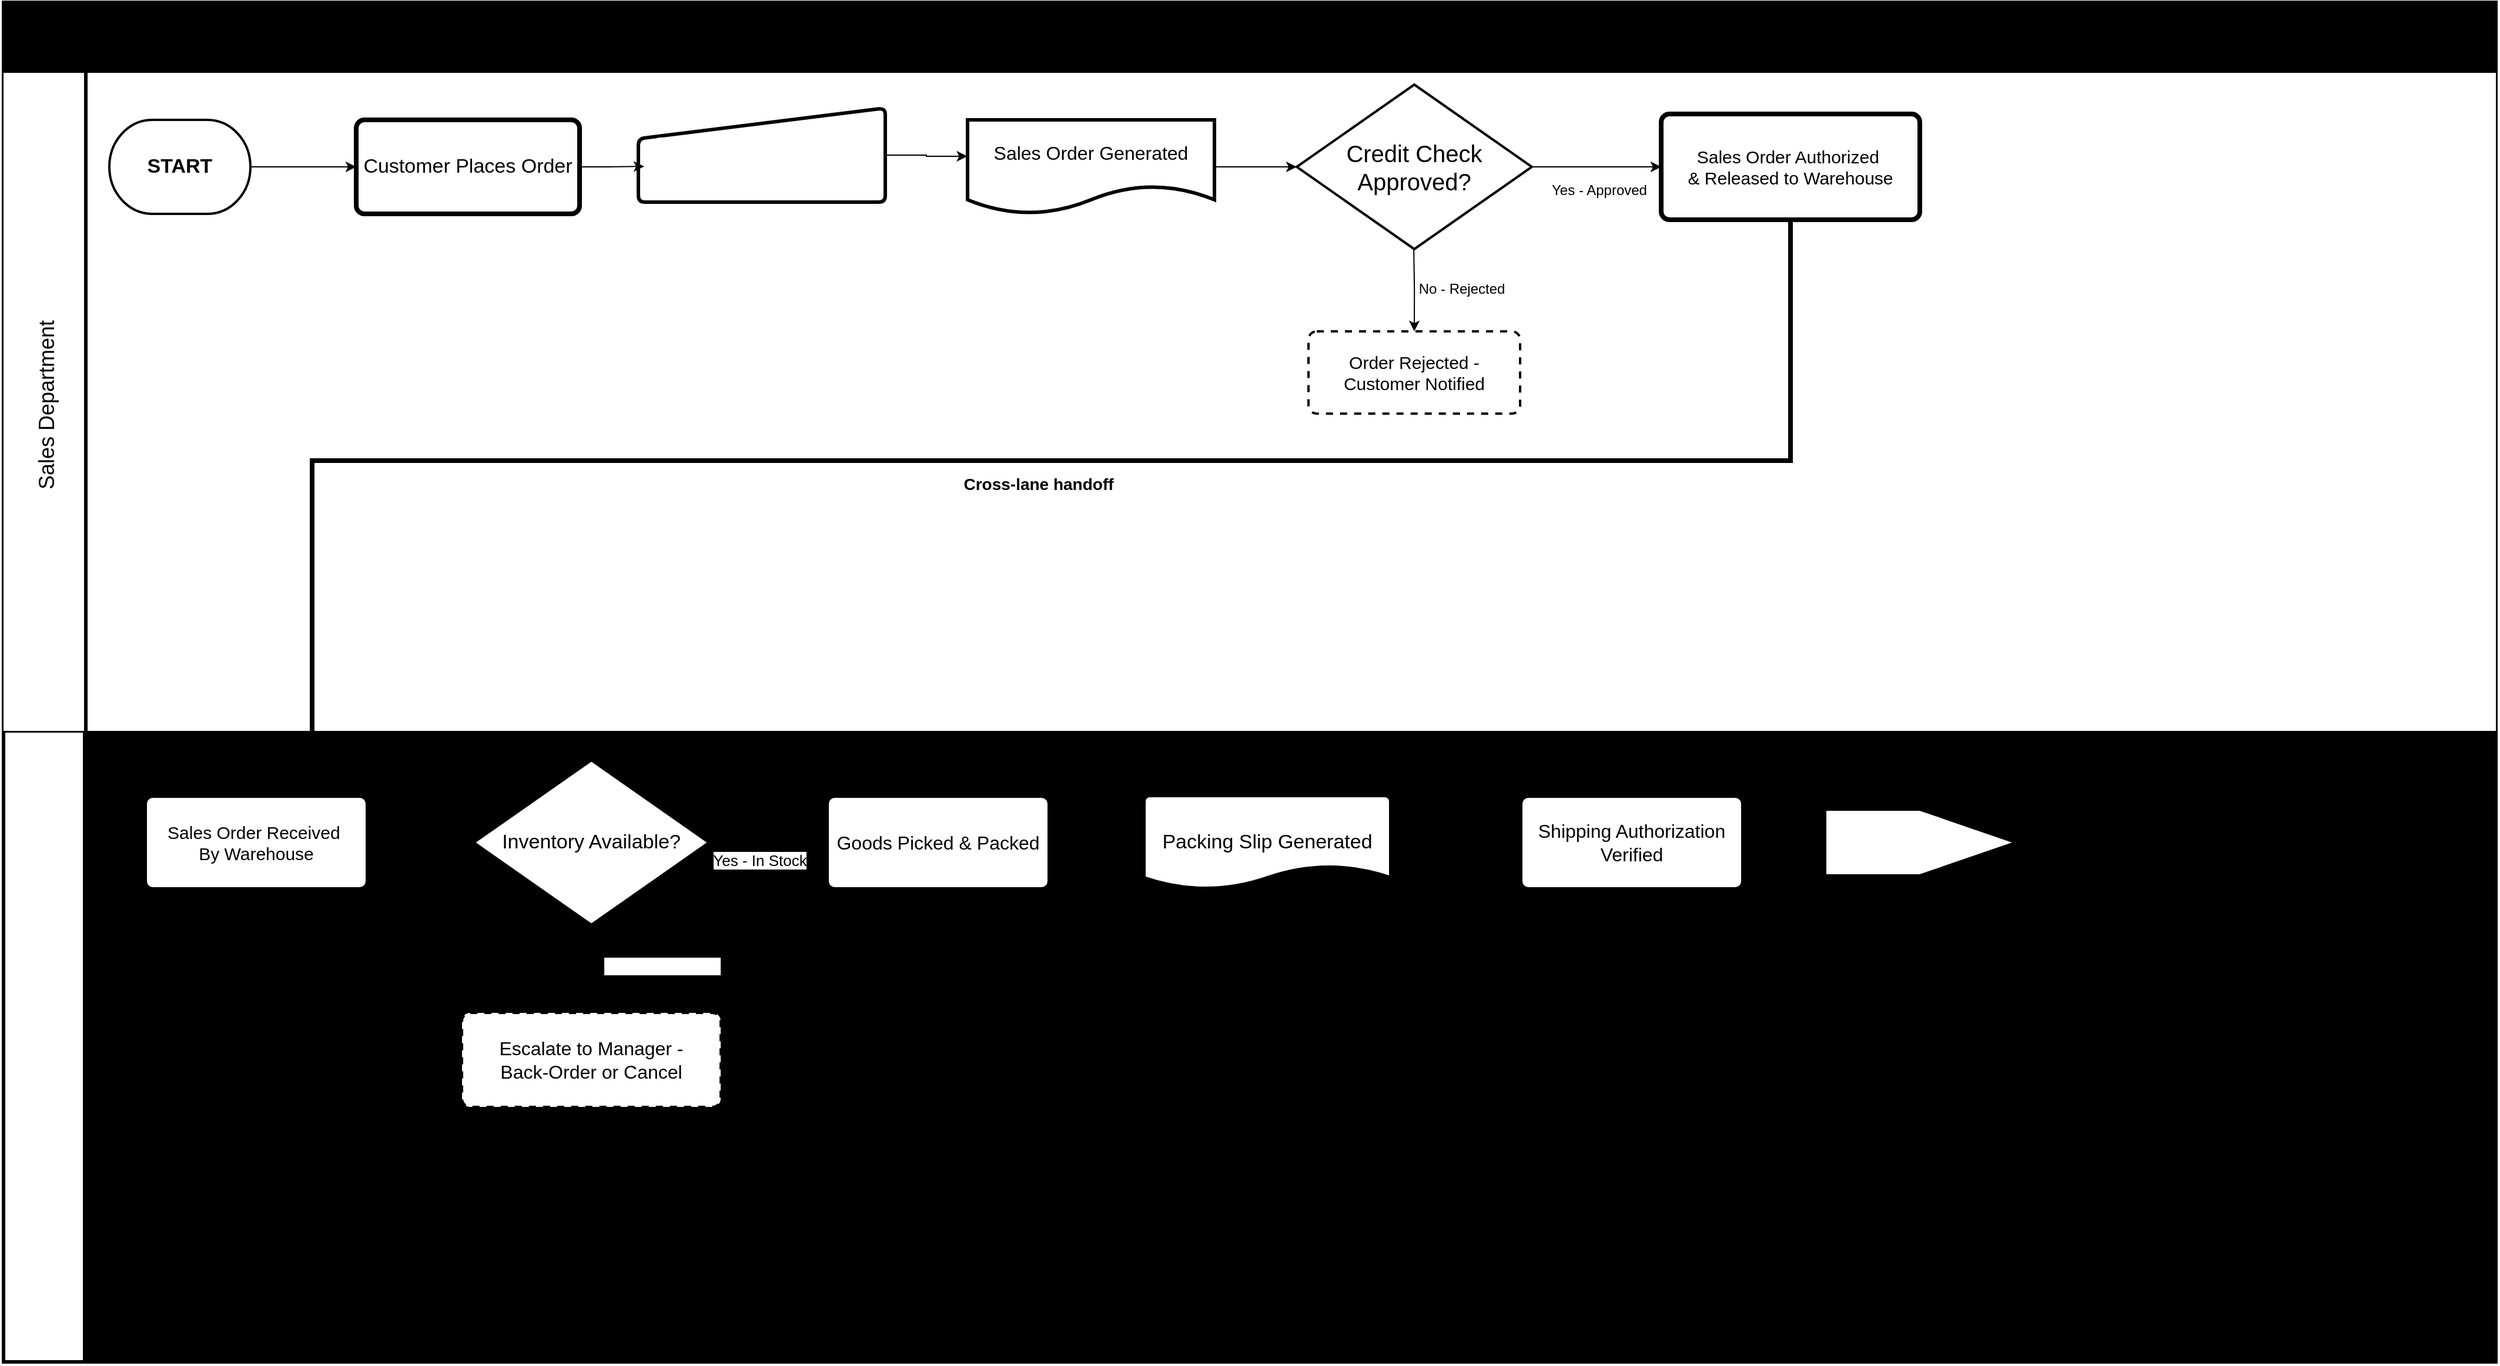
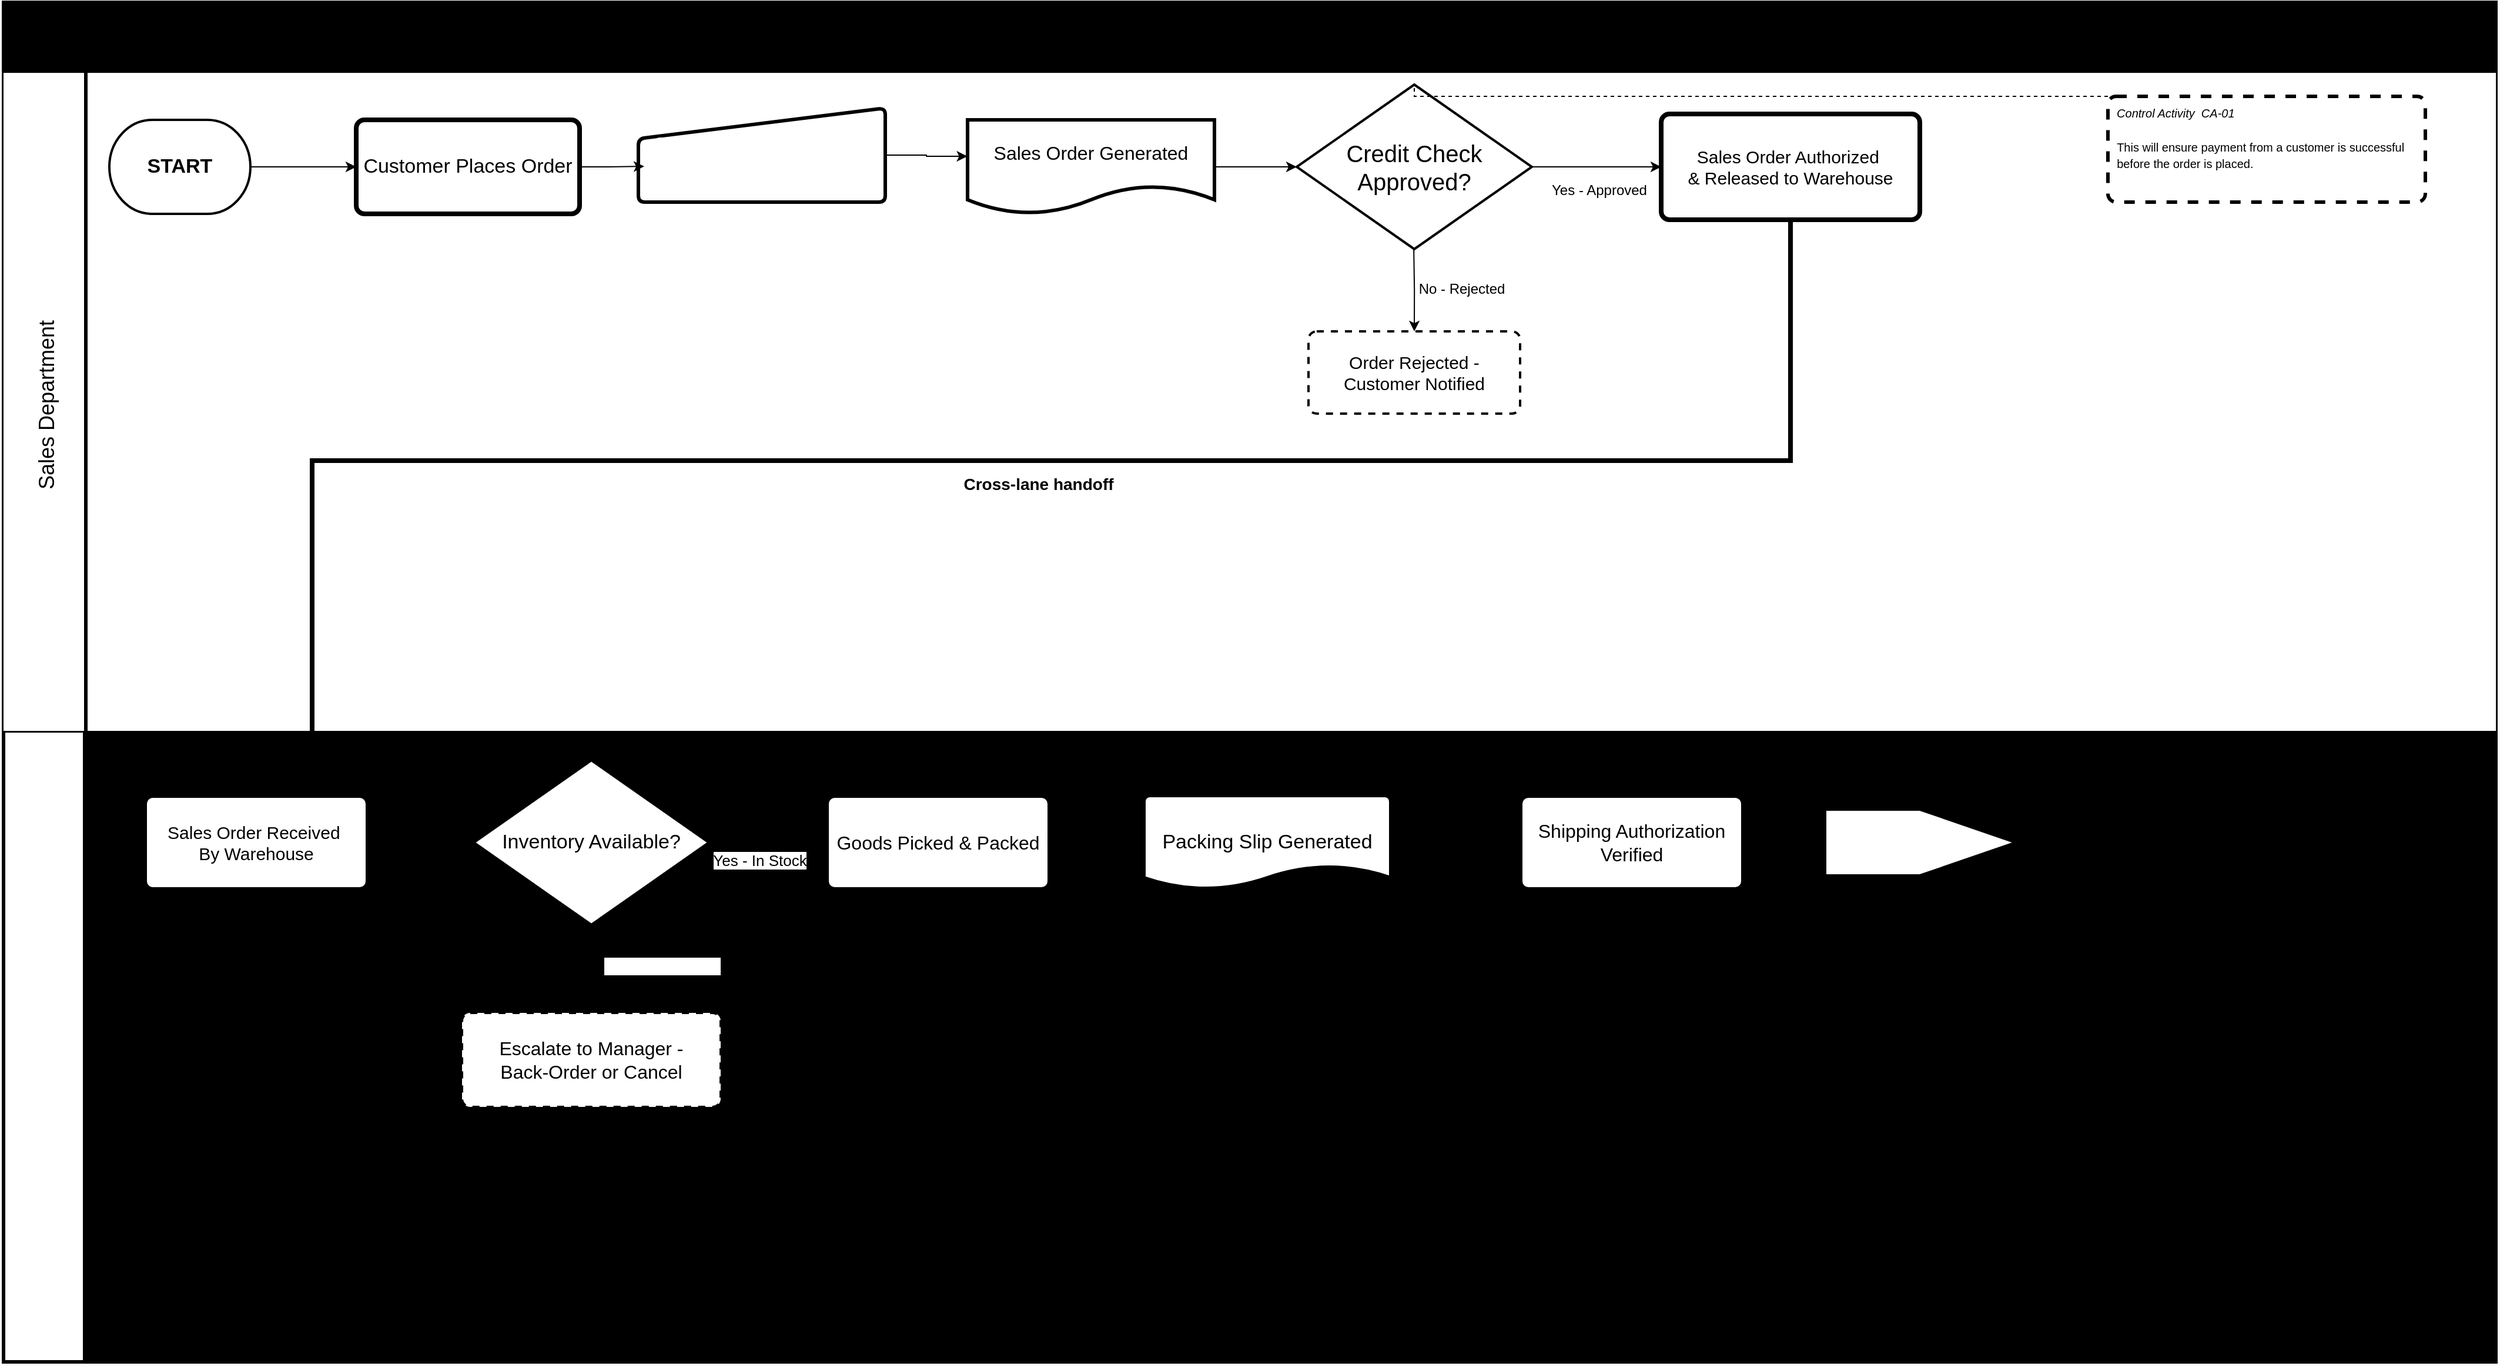
<mxfile host="app.diagrams.net" pages="2">
  <diagram name="Page-1" id="JuwPx92q4KAnNjeC5ImY">
    <mxGraphModel dx="9302" dy="6952" grid="1" gridSize="10" guides="1" tooltips="1" connect="1" arrows="1" fold="1" page="1" pageScale="1" pageWidth="1100" pageHeight="850" math="0" shadow="0">
      <root>
        <mxCell id="0" />
        <mxCell id="1" parent="0" />
        <mxCell id="NQ8u1UKUMeSrLokraIQ_-5" parent="1" style="shape=table;childLayout=tableLayout;startSize=60;collapsible=0;recursiveResize=0;expand=0;fontSize=23;fontColor=light-dark(#000000,#FF8000);fontStyle=1;labelBackgroundColor=none;labelBorderColor=none;fillColor=light-dark(#000000,#1A1A1A);strokeWidth=3;direction=east;perimeterSpacing=2;strokeColor=light-dark(#000000,#FFFFFF);" value="Kissena Bakery — Revenue Cycle (Order-to-Cash)" vertex="1">
          <mxGeometry height="1157" width="2120" x="-7660" y="-5930" as="geometry" />
        </mxCell>
        <mxCell id="NQ8u1UKUMeSrLokraIQ_-6" parent="NQ8u1UKUMeSrLokraIQ_-5" style="shape=tableRow;horizontal=0;swimlaneHead=0;swimlaneBody=0;top=0;left=0;strokeColor=inherit;bottom=0;right=0;dropTarget=0;fontStyle=0;fillColor=light-dark(#FFFFFF,#009900);points=[[0,0.5],[1,0.5]];portConstraint=eastwest;startSize=70;collapsible=0;recursiveResize=0;expand=0;fontSize=18;strokeWidth=3;labelBorderColor=none;rounded=0;swimlaneLine=1;swimlaneFillColor=light-dark(#FFFFFF,#000000);" value="Sales Department " vertex="1">
          <mxGeometry height="560" width="2120" y="60" as="geometry" />
        </mxCell>
-         <mxCell id="NQ8u1UKUMeSrLokraIQ_-7" parent="NQ8u1UKUMeSrLokraIQ_-6" style="swimlane;swimlaneHead=0;swimlaneBody=0;fontStyle=0;strokeColor=inherit;connectable=0;fillColor=light-dark(transparent,#FFF4C3);startSize=0;collapsible=0;recursiveResize=0;expand=0;fontSize=16;fontColor=light-dark(#000000,#000000);strokeWidth=4;" value="" vertex="1">
+         <mxCell id="NQ8u1UKUMeSrLokraIQ_-7" parent="NQ8u1UKUMeSrLokraIQ_-6" style="swimlane;swimlaneHead=0;swimlaneBody=0;fontStyle=0;strokeColor=inherit;connectable=0;fillColor=light-dark(transparent,#FFF4C3);startSize=0;collapsible=0;recursiveResize=0;expand=0;fontSize=16;fontColor=light-dark(#000000,#000000);strokeWidth=4;dashed=1;" value="" vertex="1">
          <mxGeometry height="560" width="2050" x="70" as="geometry">
            <mxRectangle height="560" width="2050" as="alternateBounds" />
          </mxGeometry>
        </mxCell>
        <mxCell id="NQ8u1UKUMeSrLokraIQ_-40" edge="1" parent="NQ8u1UKUMeSrLokraIQ_-7" source="NQ8u1UKUMeSrLokraIQ_-38" style="edgeStyle=orthogonalEdgeStyle;rounded=0;orthogonalLoop=1;jettySize=auto;html=1;exitX=1;exitY=0.5;exitDx=0;exitDy=0;exitPerimeter=0;entryX=0;entryY=0.5;entryDx=0;entryDy=0;" target="NQ8u1UKUMeSrLokraIQ_-39">
          <mxGeometry relative="1" as="geometry" />
        </mxCell>
        <mxCell id="NQ8u1UKUMeSrLokraIQ_-38" parent="NQ8u1UKUMeSrLokraIQ_-7" style="strokeWidth=2;html=1;shape=mxgraph.flowchart.terminator;whiteSpace=wrap;fillColor=light-dark(#FFFFFF,#99FF99);strokeColor=light-dark(#000000,#009900);" value="&lt;b&gt;&lt;font style=&quot;font-size: 17px; color: light-dark(rgb(0, 0, 0), rgb(0, 0, 0));&quot;&gt;START&lt;/font&gt;&lt;/b&gt;" vertex="1">
          <mxGeometry height="80" width="120" x="20" y="40" as="geometry" />
        </mxCell>
        <mxCell id="NQ8u1UKUMeSrLokraIQ_-39" parent="NQ8u1UKUMeSrLokraIQ_-7" style="rounded=1;whiteSpace=wrap;html=1;absoluteArcSize=1;arcSize=14;strokeWidth=4;fillColor=light-dark(#FFFFFF,#FFF2CC);strokeColor=light-dark(#000000,#6600CC);" value="&lt;font style=&quot;font-size: 17px; color: light-dark(rgb(0, 0, 0), rgb(0, 0, 0));&quot;&gt;Customer Places Order&lt;/font&gt;" vertex="1">
          <mxGeometry height="80" width="190" x="230" y="40" as="geometry" />
        </mxCell>
        <mxCell id="NQ8u1UKUMeSrLokraIQ_-42" parent="NQ8u1UKUMeSrLokraIQ_-7" style="html=1;strokeWidth=3;shape=manualInput;boundedLbl=1;whiteSpace=wrap;rounded=1;size=26;arcSize=11;fillColor=light-dark(#FFFFFF,#CCE5FF);strokeColor=light-dark(#000000,#3399FF);fontColor=light-dark(#000000,#000000);" value="&lt;font style=&quot;color: light-dark(rgb(255, 255, 255), rgb(0, 0, 0)); font-size: 16px;&quot;&gt;Order Details Entered into System&lt;/font&gt;" vertex="1">
          <mxGeometry height="80" width="210" x="470" y="30" as="geometry" />
        </mxCell>
        <mxCell id="NQ8u1UKUMeSrLokraIQ_-43" edge="1" parent="NQ8u1UKUMeSrLokraIQ_-7" source="NQ8u1UKUMeSrLokraIQ_-39" style="edgeStyle=orthogonalEdgeStyle;rounded=0;orthogonalLoop=1;jettySize=auto;html=1;exitX=1;exitY=0.5;exitDx=0;exitDy=0;entryX=0.024;entryY=0.62;entryDx=0;entryDy=0;entryPerimeter=0;endArrow=classic;endFill=1;" target="NQ8u1UKUMeSrLokraIQ_-42">
          <mxGeometry relative="1" as="geometry" />
        </mxCell>
        <mxCell id="NQ8u1UKUMeSrLokraIQ_-44" parent="NQ8u1UKUMeSrLokraIQ_-7" style="shape=document;whiteSpace=wrap;html=1;boundedLbl=1;fontFamily=Helvetica;fontSize=12;fontColor=light-dark(#000000,#000000);align=center;verticalAlign=middle;rounded=1;strokeColor=light-dark(#000000,#FF9933);strokeWidth=3;arcSize=11;fillColor=light-dark(#FFFFFF,#FFFF99);" value="&lt;font style=&quot;font-size: 16px;&quot;&gt;Sales Order Generated&lt;/font&gt;" vertex="1">
          <mxGeometry height="80" width="210" x="750" y="40" as="geometry" />
        </mxCell>
        <mxCell id="NQ8u1UKUMeSrLokraIQ_-45" edge="1" parent="NQ8u1UKUMeSrLokraIQ_-7" source="NQ8u1UKUMeSrLokraIQ_-42" style="edgeStyle=orthogonalEdgeStyle;rounded=0;orthogonalLoop=1;jettySize=auto;html=1;exitX=1;exitY=0.5;exitDx=0;exitDy=0;entryX=-0.001;entryY=0.388;entryDx=0;entryDy=0;entryPerimeter=0;" target="NQ8u1UKUMeSrLokraIQ_-44">
          <mxGeometry relative="1" as="geometry" />
        </mxCell>
        <mxCell id="NQ8u1UKUMeSrLokraIQ_-48" edge="1" parent="NQ8u1UKUMeSrLokraIQ_-7" style="edgeStyle=orthogonalEdgeStyle;rounded=0;orthogonalLoop=1;jettySize=auto;html=1;exitX=0.5;exitY=1;exitDx=0;exitDy=0;exitPerimeter=0;entryX=0.5;entryY=0;entryDx=0;entryDy=0;" target="NQ8u1UKUMeSrLokraIQ_-52">
          <mxGeometry relative="1" as="geometry">
            <mxPoint x="1129.57" y="150" as="sourcePoint" />
            <mxPoint x="1129.2842857142857" y="220" as="targetPoint" />
          </mxGeometry>
        </mxCell>
        <mxCell id="NQ8u1UKUMeSrLokraIQ_-50" connectable="0" parent="NQ8u1UKUMeSrLokraIQ_-48" style="edgeLabel;html=1;align=center;verticalAlign=middle;resizable=0;points=[];" value="&lt;font style=&quot;font-size: 12px; color: light-dark(rgb(0, 0, 0), rgb(255, 51, 51));&quot;&gt;No - Rejected&lt;/font&gt;" vertex="1">
          <mxGeometry relative="1" x="-0.0366" y="4" as="geometry">
            <mxPoint x="36" as="offset" />
          </mxGeometry>
        </mxCell>
        <mxCell id="NQ8u1UKUMeSrLokraIQ_-49" edge="1" parent="NQ8u1UKUMeSrLokraIQ_-7" source="NQ8u1UKUMeSrLokraIQ_-46" style="edgeStyle=orthogonalEdgeStyle;rounded=0;orthogonalLoop=1;jettySize=auto;html=1;exitX=1;exitY=0.5;exitDx=0;exitDy=0;exitPerimeter=0;entryX=0;entryY=0.5;entryDx=0;entryDy=0;" target="NQ8u1UKUMeSrLokraIQ_-53">
          <mxGeometry relative="1" as="geometry">
            <mxPoint x="1310" y="79.57142857142867" as="targetPoint" />
          </mxGeometry>
        </mxCell>
        <mxCell id="NQ8u1UKUMeSrLokraIQ_-51" connectable="0" parent="NQ8u1UKUMeSrLokraIQ_-49" style="edgeLabel;html=1;align=center;verticalAlign=middle;resizable=0;points=[];labelBackgroundColor=none;" value="&lt;font style=&quot;font-size: 12px; color: light-dark(rgb(0, 0, 0), rgb(0, 204, 0));&quot;&gt;Yes - Approved&lt;/font&gt;" vertex="1">
          <mxGeometry relative="1" x="-0.0053" y="-4" as="geometry">
            <mxPoint x="2" y="16" as="offset" />
          </mxGeometry>
        </mxCell>
        <mxCell id="NQ8u1UKUMeSrLokraIQ_-46" parent="NQ8u1UKUMeSrLokraIQ_-7" style="strokeWidth=2;html=1;shape=mxgraph.flowchart.decision;whiteSpace=wrap;fillColor=light-dark(#FFFFFF,#FF3333);strokeColor=light-dark(#000000,#990000);" value="&lt;font style=&quot;font-size: 20px;&quot;&gt;Credit Check Approved?&lt;/font&gt;" vertex="1">
          <mxGeometry height="140" width="200" x="1030" y="10" as="geometry" />
        </mxCell>
        <mxCell id="NQ8u1UKUMeSrLokraIQ_-47" edge="1" parent="NQ8u1UKUMeSrLokraIQ_-7" source="NQ8u1UKUMeSrLokraIQ_-44" style="edgeStyle=orthogonalEdgeStyle;rounded=0;orthogonalLoop=1;jettySize=auto;html=1;exitX=1;exitY=0.5;exitDx=0;exitDy=0;entryX=0;entryY=0.5;entryDx=0;entryDy=0;entryPerimeter=0;" target="NQ8u1UKUMeSrLokraIQ_-46">
          <mxGeometry relative="1" as="geometry" />
        </mxCell>
        <mxCell id="NQ8u1UKUMeSrLokraIQ_-52" parent="NQ8u1UKUMeSrLokraIQ_-7" style="rounded=1;whiteSpace=wrap;html=1;absoluteArcSize=1;arcSize=14;strokeWidth=2;dashed=1;fillColor=light-dark(#FFFFFF,#FF0000);strokeColor=light-dark(#000000,#FF6666);" value="&lt;font style=&quot;font-size: 15px;&quot;&gt;Order Rejected -&lt;/font&gt;&lt;div&gt;&lt;font style=&quot;font-size: 15px;&quot;&gt;Customer Notified&lt;/font&gt;&lt;/div&gt;" vertex="1">
          <mxGeometry height="70" width="180" x="1040" y="220" as="geometry" />
        </mxCell>
        <mxCell id="NQ8u1UKUMeSrLokraIQ_-53" parent="NQ8u1UKUMeSrLokraIQ_-7" style="rounded=1;whiteSpace=wrap;html=1;absoluteArcSize=1;arcSize=14;strokeWidth=4;fillColor=light-dark(#FFFFFF,#FFF2CC);strokeColor=light-dark(#000000,#6600CC);fontColor=default;align=center;verticalAlign=middle;fontFamily=Helvetica;fontSize=12;fontStyle=0;" value="&lt;font style=&quot;font-size: 15px; color: light-dark(rgb(0, 0, 0), rgb(0, 0, 0));&quot;&gt;Sales Order Authorized&amp;nbsp;&lt;/font&gt;&lt;div&gt;&lt;font style=&quot;font-size: 15px; color: light-dark(rgb(0, 0, 0), rgb(0, 0, 0));&quot;&gt;&amp;amp; Released to Warehouse&lt;/font&gt;&lt;/div&gt;" vertex="1">
          <mxGeometry height="90" width="220" x="1340" y="35" as="geometry" />
+         </mxCell>
+         <mxCell id="TXaiKw634Tg2UEG-Ydk_-1" parent="NQ8u1UKUMeSrLokraIQ_-7" style="rounded=1;whiteSpace=wrap;html=1;absoluteArcSize=1;arcSize=14;strokeWidth=3;dashed=1;align=left;verticalAlign=top;" value="&lt;i&gt;&lt;font style=&quot;font-size: 10px;&quot;&gt;&amp;nbsp; Control Activity &amp;nbsp;CA-01&lt;/font&gt;&lt;/i&gt;&lt;div&gt;&lt;i&gt;&lt;font style=&quot;font-size: 10px;&quot;&gt;&lt;br&gt;&lt;/font&gt;&lt;/i&gt;&lt;/div&gt;&lt;div&gt;&lt;font style=&quot;font-size: 10px;&quot;&gt;&lt;span style=&quot;white-space: pre;&quot;&gt;&lt;i&gt;  &lt;/i&gt;This will ensure payment from a customer is successful&amp;nbsp;&lt;/span&gt;&lt;/font&gt;&lt;/div&gt;&lt;div&gt;&lt;font style=&quot;font-size: 10px;&quot;&gt;&lt;i&gt;&amp;nbsp; &lt;/i&gt;before the order is placed.&lt;i&gt;&amp;nbsp;&lt;/i&gt;&lt;/font&gt;&lt;/div&gt;" vertex="1">
+           <mxGeometry height="90" width="270" x="1720" y="20" as="geometry" />
+         </mxCell>
+         <mxCell id="TXaiKw634Tg2UEG-Ydk_-2" edge="1" parent="NQ8u1UKUMeSrLokraIQ_-7" source="TXaiKw634Tg2UEG-Ydk_-1" style="edgeStyle=orthogonalEdgeStyle;rounded=0;orthogonalLoop=1;jettySize=auto;html=1;exitX=0;exitY=0;exitDx=0;exitDy=0;entryX=0.5;entryY=0;entryDx=0;entryDy=0;entryPerimeter=0;dashed=1;endArrow=none;endFill=0;" target="NQ8u1UKUMeSrLokraIQ_-46">
+           <mxGeometry relative="1" as="geometry">
+             <Array as="points">
+               <mxPoint x="1130" y="20" />
+             </Array>
+           </mxGeometry>
        </mxCell>
        <mxCell id="NQ8u1UKUMeSrLokraIQ_-10" parent="NQ8u1UKUMeSrLokraIQ_-5" style="shape=tableRow;horizontal=0;swimlaneHead=0;swimlaneBody=0;top=0;left=0;strokeColor=inherit;bottom=0;right=0;dropTarget=0;fontStyle=0;fillColor=light-dark(transparent,#007FFF);points=[[0,0.5],[1,0.5]];portConstraint=eastwest;startSize=70;collapsible=0;recursiveResize=0;expand=0;fontSize=19;strokeWidth=5;fontColor=light-dark(#FFFFFF,#FFFFFF);" value="Warehouse Department " vertex="1">
          <mxGeometry height="537" width="2120" y="620" as="geometry" />
        </mxCell>
        <mxCell id="NQ8u1UKUMeSrLokraIQ_-11" parent="NQ8u1UKUMeSrLokraIQ_-10" style="swimlane;swimlaneHead=0;swimlaneBody=0;fontStyle=0;connectable=0;strokeColor=inherit;fillColor=none;startSize=0;collapsible=0;recursiveResize=0;expand=0;fontSize=16;swimlaneFillColor=light-dark(#000000,#000000);strokeWidth=3;perimeterSpacing=0;gradientColor=none;" value="" vertex="1">
          <mxGeometry height="537" width="2050" x="70" as="geometry">
            <mxRectangle height="537" width="2050" as="alternateBounds" />
          </mxGeometry>
        </mxCell>
        <mxCell id="NQ8u1UKUMeSrLokraIQ_-56" parent="NQ8u1UKUMeSrLokraIQ_-11" style="rounded=1;whiteSpace=wrap;html=1;absoluteArcSize=1;arcSize=14;strokeWidth=4;strokeColor=light-dark(#000000,#6600CC);align=center;verticalAlign=middle;fontFamily=Helvetica;fontSize=15;fontColor=default;fillColor=light-dark(#FFFFFF,#FFF2CC);fontStyle=0;" value="&lt;span style=&quot;color: light-dark(rgb(0, 0, 0), rgb(0, 0, 0));&quot;&gt;Sales Order Received&amp;nbsp;&lt;/span&gt;&lt;div&gt;&lt;span style=&quot;color: light-dark(rgb(0, 0, 0), rgb(0, 0, 0));&quot;&gt;By Warehouse&lt;/span&gt;&lt;/div&gt;" vertex="1">
          <mxGeometry height="80" width="190" x="50" y="55" as="geometry" />
        </mxCell>
        <mxCell id="LMVtd4R09UDzkpf2iaQf-2" edge="1" parent="NQ8u1UKUMeSrLokraIQ_-11" source="NQ8u1UKUMeSrLokraIQ_-59" style="edgeStyle=orthogonalEdgeStyle;rounded=0;orthogonalLoop=1;jettySize=auto;html=1;exitX=1;exitY=0.5;exitDx=0;exitDy=0;exitPerimeter=0;entryX=0;entryY=0.5;entryDx=0;entryDy=0;" target="LMVtd4R09UDzkpf2iaQf-9">
          <mxGeometry relative="1" as="geometry">
            <mxPoint x="620" y="95.28571428571445" as="targetPoint" />
          </mxGeometry>
        </mxCell>
        <mxCell id="LMVtd4R09UDzkpf2iaQf-4" connectable="0" parent="LMVtd4R09UDzkpf2iaQf-2" style="edgeLabel;html=1;align=center;verticalAlign=middle;resizable=0;points=[];fontSize=13;" value="&lt;span style=&quot;color: light-dark(rgb(0, 0, 0), rgb(51, 255, 51));&quot;&gt;Yes - In Stock&lt;/span&gt;" vertex="1">
          <mxGeometry relative="1" x="-0.2152" y="-3" as="geometry">
            <mxPoint x="4" y="12" as="offset" />
          </mxGeometry>
        </mxCell>
        <mxCell id="LMVtd4R09UDzkpf2iaQf-3" edge="1" parent="NQ8u1UKUMeSrLokraIQ_-11" source="LMVtd4R09UDzkpf2iaQf-6" style="edgeStyle=orthogonalEdgeStyle;rounded=0;orthogonalLoop=1;jettySize=auto;html=1;exitX=0.5;exitY=0;exitDx=0;exitDy=0;entryX=0.5;entryY=0;entryDx=0;entryDy=0;" target="LMVtd4R09UDzkpf2iaQf-6">
          <mxGeometry relative="1" as="geometry">
            <mxPoint x="429.7142857142858" y="230" as="targetPoint" />
          </mxGeometry>
        </mxCell>
        <mxCell id="LMVtd4R09UDzkpf2iaQf-5" connectable="0" parent="LMVtd4R09UDzkpf2iaQf-3" style="edgeLabel;html=1;align=center;verticalAlign=middle;resizable=0;points=[];fontSize=13;" value="&lt;span style=&quot;color: light-dark(rgb(255, 255, 255), rgb(255, 0, 0));&quot;&gt;No - Out of Stock&lt;/span&gt;" vertex="1">
          <mxGeometry relative="1" x="-0.116" y="-2" as="geometry">
            <mxPoint x="60" y="-40" as="offset" />
          </mxGeometry>
        </mxCell>
        <mxCell id="LMVtd4R09UDzkpf2iaQf-8" edge="1" parent="NQ8u1UKUMeSrLokraIQ_-11" source="NQ8u1UKUMeSrLokraIQ_-59" style="edgeStyle=orthogonalEdgeStyle;rounded=0;orthogonalLoop=1;jettySize=auto;html=1;exitX=0.5;exitY=1;exitDx=0;exitDy=0;exitPerimeter=0;entryX=0.5;entryY=0;entryDx=0;entryDy=0;" target="LMVtd4R09UDzkpf2iaQf-6">
          <mxGeometry relative="1" as="geometry" />
        </mxCell>
        <mxCell id="NQ8u1UKUMeSrLokraIQ_-59" parent="NQ8u1UKUMeSrLokraIQ_-11" style="strokeWidth=2;html=1;shape=mxgraph.flowchart.decision;whiteSpace=wrap;strokeColor=light-dark(#000000,#990000);align=center;verticalAlign=middle;fontFamily=Helvetica;fontSize=12;fontColor=default;fillColor=light-dark(#FFFFFF,#FF3333);fontStyle=0;" value="&lt;font style=&quot;font-size: 17px;&quot;&gt;Inventory Available?&lt;/font&gt;" vertex="1">
          <mxGeometry height="140" width="200" x="330" y="25" as="geometry" />
        </mxCell>
        <mxCell id="LMVtd4R09UDzkpf2iaQf-1" edge="1" parent="NQ8u1UKUMeSrLokraIQ_-11" source="NQ8u1UKUMeSrLokraIQ_-56" style="edgeStyle=orthogonalEdgeStyle;rounded=0;orthogonalLoop=1;jettySize=auto;html=1;exitX=1;exitY=0.5;exitDx=0;exitDy=0;entryX=0;entryY=0.5;entryDx=0;entryDy=0;entryPerimeter=0;" target="NQ8u1UKUMeSrLokraIQ_-59">
          <mxGeometry relative="1" as="geometry" />
        </mxCell>
        <mxCell id="LMVtd4R09UDzkpf2iaQf-6" parent="NQ8u1UKUMeSrLokraIQ_-11" style="rounded=1;whiteSpace=wrap;html=1;absoluteArcSize=1;arcSize=14;strokeWidth=2;dashed=1;strokeColor=light-dark(#000000,#FF6666);align=center;verticalAlign=middle;fontFamily=Helvetica;fontSize=12;fontColor=default;fillColor=light-dark(#FFFFFF,#FF0000);" value="&lt;font style=&quot;font-size: 16px;&quot;&gt;Escalate to Manager -&lt;/font&gt;&lt;div&gt;&lt;font style=&quot;font-size: 16px;&quot;&gt;Back-Order or Cancel&lt;/font&gt;&lt;/div&gt;" vertex="1">
          <mxGeometry height="80" width="220" x="320" y="240" as="geometry" />
        </mxCell>
        <mxCell id="LMVtd4R09UDzkpf2iaQf-9" parent="NQ8u1UKUMeSrLokraIQ_-11" style="rounded=1;whiteSpace=wrap;html=1;absoluteArcSize=1;arcSize=14;strokeWidth=4;strokeColor=light-dark(#000000,#6600CC);align=center;verticalAlign=middle;fontFamily=Helvetica;fontSize=15;fontColor=default;fontStyle=0;fillColor=light-dark(#FFFFFF,#FFF2CC);" value="&lt;font style=&quot;font-size: 16px; color: light-dark(rgb(0, 0, 0), rgb(0, 0, 0));&quot;&gt;Goods Picked &amp;amp; Packed&lt;/font&gt;" vertex="1">
          <mxGeometry height="80" width="190" x="630" y="55" as="geometry" />
        </mxCell>
        <mxCell id="LMVtd4R09UDzkpf2iaQf-14" edge="1" parent="NQ8u1UKUMeSrLokraIQ_-11" source="LMVtd4R09UDzkpf2iaQf-11" style="edgeStyle=orthogonalEdgeStyle;rounded=0;orthogonalLoop=1;jettySize=auto;html=1;exitX=1;exitY=0.5;exitDx=0;exitDy=0;exitPerimeter=0;entryX=0;entryY=0.5;entryDx=0;entryDy=0;" target="LMVtd4R09UDzkpf2iaQf-13">
          <mxGeometry relative="1" as="geometry" />
        </mxCell>
        <mxCell id="LMVtd4R09UDzkpf2iaQf-11" parent="NQ8u1UKUMeSrLokraIQ_-11" style="strokeWidth=3;html=1;shape=mxgraph.flowchart.document2;whiteSpace=wrap;size=0.25;rounded=1;strokeColor=light-dark(#000000,#FF9933);align=center;verticalAlign=middle;arcSize=11;fontFamily=Helvetica;fontSize=12;fontColor=light-dark(#000000,#000000);fillColor=light-dark(#FFFFFF,#FFFF99);fontStyle=0;" value="&lt;font style=&quot;font-size: 17px;&quot;&gt;Packing Slip Generated&lt;/font&gt;" vertex="1">
          <mxGeometry height="80" width="210" x="900" y="55" as="geometry" />
        </mxCell>
        <mxCell id="LMVtd4R09UDzkpf2iaQf-12" edge="1" parent="NQ8u1UKUMeSrLokraIQ_-11" source="LMVtd4R09UDzkpf2iaQf-9" style="edgeStyle=orthogonalEdgeStyle;rounded=0;orthogonalLoop=1;jettySize=auto;html=1;exitX=1;exitY=0.5;exitDx=0;exitDy=0;entryX=0;entryY=0.5;entryDx=0;entryDy=0;entryPerimeter=0;" target="LMVtd4R09UDzkpf2iaQf-11">
          <mxGeometry relative="1" as="geometry" />
        </mxCell>
        <mxCell id="LMVtd4R09UDzkpf2iaQf-18" edge="1" parent="NQ8u1UKUMeSrLokraIQ_-11" source="LMVtd4R09UDzkpf2iaQf-13" style="edgeStyle=orthogonalEdgeStyle;rounded=0;orthogonalLoop=1;jettySize=auto;html=1;exitX=1;exitY=0.5;exitDx=0;exitDy=0;entryX=0.5;entryY=0;entryDx=0;entryDy=0;" target="LMVtd4R09UDzkpf2iaQf-15">
          <mxGeometry relative="1" as="geometry" />
        </mxCell>
        <mxCell id="LMVtd4R09UDzkpf2iaQf-13" parent="NQ8u1UKUMeSrLokraIQ_-11" style="rounded=1;whiteSpace=wrap;html=1;absoluteArcSize=1;arcSize=14;strokeWidth=4;strokeColor=light-dark(#000000,#6600CC);align=center;verticalAlign=middle;fontFamily=Helvetica;fontSize=15;fontColor=default;fontStyle=0;fillColor=light-dark(#FFFFFF,#FFF2CC);" value="&lt;font style=&quot;font-size: 16px; color: light-dark(rgb(0, 0, 0), rgb(0, 0, 0));&quot;&gt;Shipping Authorization Verified&lt;/font&gt;" vertex="1">
          <mxGeometry height="80" width="190" x="1220" y="55" as="geometry" />
        </mxCell>
        <mxCell id="LMVtd4R09UDzkpf2iaQf-15" parent="NQ8u1UKUMeSrLokraIQ_-11" style="verticalLabelPosition=bottom;verticalAlign=top;html=1;shape=offPageConnector;rounded=0;size=0.5;direction=north;" value="&lt;font style=&quot;font-size: 14px; color: light-dark(rgb(0, 0, 0), rgb(0, 127, 255));&quot;&gt;--&amp;gt; Continued Page 2&lt;/font&gt;" vertex="1">
          <mxGeometry height="55" width="160" x="1480" y="67.5" as="geometry" />
        </mxCell>
        <mxCell id="NQ8u1UKUMeSrLokraIQ_-57" edge="1" parent="NQ8u1UKUMeSrLokraIQ_-5" source="NQ8u1UKUMeSrLokraIQ_-53" style="edgeStyle=orthogonalEdgeStyle;rounded=0;orthogonalLoop=1;jettySize=auto;html=1;exitX=0.5;exitY=1;exitDx=0;exitDy=0;entryX=0.75;entryY=0;entryDx=0;entryDy=0;fontColor=light-dark(#000000,#00CC00);strokeWidth=4;strokeColor=light-dark(#000000,#00FF00);" target="NQ8u1UKUMeSrLokraIQ_-56">
          <mxGeometry relative="1" as="geometry">
            <Array as="points">
              <mxPoint x="1520" y="390" />
              <mxPoint x="262" y="390" />
            </Array>
          </mxGeometry>
        </mxCell>
        <mxCell id="IQ0tzG178icWLvpFkpBK-1" connectable="0" parent="NQ8u1UKUMeSrLokraIQ_-57" style="edgeLabel;html=1;align=center;verticalAlign=middle;resizable=0;points=[];fontSize=14;fontStyle=1" value="&lt;font&gt;Cross-lane hando&lt;/font&gt;ff" vertex="1">
          <mxGeometry relative="1" x="0.1582" y="5" as="geometry">
            <mxPoint x="167" y="15" as="offset" />
          </mxGeometry>
        </mxCell>
      </root>
    </mxGraphModel>
  </diagram>
  <diagram id="Lt2uOAXinN6M3lQ1_bZ1" name="Page 2">
    <mxGraphModel dx="961" dy="601" grid="1" gridSize="10" guides="1" tooltips="1" connect="1" arrows="1" fold="1" page="1" pageScale="1" pageWidth="1100" pageHeight="850" math="0" shadow="0">
      <root>
        <mxCell id="0" />
        <mxCell id="1" parent="0" />
        <mxCell id="kTi92M1A_U-DH4yxQuNy-5" parent="1" style="swimlane;startSize=40;horizontal=0;html=1;fillColor=light-dark(#FFFFFF,#007FFF);swimlaneFillColor=default;" value="&lt;font style=&quot;font-weight: normal; font-size: 14px;&quot;&gt;Warehouse Department&lt;/font&gt;" vertex="1">
          <mxGeometry height="210" width="1050" x="20" y="20" as="geometry" />
        </mxCell>
        <mxCell id="Q23-AGLQl7H3DGw6xpkb-1" edge="1" parent="kTi92M1A_U-DH4yxQuNy-5" source="NPYen-UkyxPZtTwgnnEa-1" style="edgeStyle=orthogonalEdgeStyle;rounded=0;orthogonalLoop=1;jettySize=auto;html=1;exitX=0.5;exitY=1;exitDx=0;exitDy=0;entryX=0;entryY=0.5;entryDx=0;entryDy=0;" target="NPYen-UkyxPZtTwgnnEa-2">
          <mxGeometry relative="1" as="geometry" />
        </mxCell>
        <mxCell id="NPYen-UkyxPZtTwgnnEa-1" parent="kTi92M1A_U-DH4yxQuNy-5" style="verticalLabelPosition=bottom;verticalAlign=top;html=1;shape=offPageConnector;rounded=0;size=0.5;direction=north;" value="&lt;font style=&quot;font-size: 14px; color: light-dark(rgb(0, 0, 0), rgb(0, 127, 255));&quot;&gt;--&amp;gt; Continued Page 2&lt;/font&gt;" vertex="1">
          <mxGeometry height="40" width="130" x="90" y="20" as="geometry" />
        </mxCell>
        <mxCell id="NPYen-UkyxPZtTwgnnEa-2" parent="kTi92M1A_U-DH4yxQuNy-5" style="rounded=1;whiteSpace=wrap;html=1;absoluteArcSize=1;arcSize=14;strokeWidth=4;strokeColor=light-dark(#000000,#6600CC);align=center;verticalAlign=middle;fontFamily=Helvetica;fontSize=15;fontColor=default;fontStyle=0;fillColor=light-dark(#FFFFFF,#FFF2CC);" value="&lt;font style=&quot;font-size: 14px; color: light-dark(rgb(0, 0, 0), rgb(0, 0, 0));&quot;&gt;Goods Dispatched to Customer&lt;/font&gt;" vertex="1">
          <mxGeometry height="60" width="150" x="280" y="10" as="geometry" />
        </mxCell>
        <mxCell id="Q23-AGLQl7H3DGw6xpkb-2" parent="1" style="swimlane;startSize=40;horizontal=0;html=1;fillColor=light-dark(#FFFFFF,#FF8000);swimlaneFillColor=default;" value="&lt;font style=&quot;font-weight: normal; font-size: 15px;&quot; face=&quot;Helvetica&quot;&gt;Billing / Accounts Receivables&lt;/font&gt;" vertex="1">
          <mxGeometry height="360" width="1050" x="20" y="230" as="geometry" />
        </mxCell>
        <mxCell id="5P1QN_EPi-tn_8BwxDes-1" edge="1" parent="Q23-AGLQl7H3DGw6xpkb-2" source="-tiwl1B9BAxMId6FkL8K-1" style="edgeStyle=orthogonalEdgeStyle;rounded=0;orthogonalLoop=1;jettySize=auto;html=1;exitX=1;exitY=0.5;exitDx=0;exitDy=0;entryX=0;entryY=0.5;entryDx=0;entryDy=0;" target="vwQHe1awzj-yPzFbZgBH-1">
          <mxGeometry relative="1" as="geometry" />
        </mxCell>
        <mxCell id="-tiwl1B9BAxMId6FkL8K-1" parent="Q23-AGLQl7H3DGw6xpkb-2" style="rounded=1;whiteSpace=wrap;html=1;absoluteArcSize=1;arcSize=14;strokeWidth=4;strokeColor=light-dark(#000000,#6600CC);align=center;verticalAlign=middle;fontFamily=Helvetica;fontSize=15;fontColor=default;fontStyle=0;fillColor=light-dark(#FFFFFF,#FFF2CC);" value="&lt;span style=&quot;color: light-dark(rgb(0, 0, 0), rgb(0, 0, 0));&quot;&gt;&lt;font style=&quot;font-size: 13px;&quot;&gt;Dispatch Confirmation Received&lt;/font&gt;&lt;/span&gt;" vertex="1">
          <mxGeometry height="60" width="150" x="90" y="20" as="geometry" />
        </mxCell>
        <mxCell id="5P1QN_EPi-tn_8BwxDes-3" edge="1" parent="Q23-AGLQl7H3DGw6xpkb-2" source="vwQHe1awzj-yPzFbZgBH-1" style="edgeStyle=orthogonalEdgeStyle;rounded=0;orthogonalLoop=1;jettySize=auto;html=1;exitX=1;exitY=0.5;exitDx=0;exitDy=0;entryX=0;entryY=0.5;entryDx=0;entryDy=0;" target="5P1QN_EPi-tn_8BwxDes-2" value="Customer&lt;div&gt;Remits Payment&lt;/div&gt;">
          <mxGeometry relative="1" y="-30" as="geometry">
            <mxPoint as="offset" />
          </mxGeometry>
        </mxCell>
        <mxCell id="vwQHe1awzj-yPzFbZgBH-1" parent="Q23-AGLQl7H3DGw6xpkb-2" style="shape=document;whiteSpace=wrap;html=1;boundedLbl=1;rounded=1;strokeColor=light-dark(#000000,#FF9933);strokeWidth=3;align=center;verticalAlign=middle;arcSize=11;fontFamily=Helvetica;fontSize=12;fontColor=light-dark(#000000,#000000);fontStyle=0;fillColor=light-dark(#FFFFFF,#FFFF99);" value="Invoice&lt;div&gt;Generated &amp;amp; Sent to Customer&lt;/div&gt;" vertex="1">
          <mxGeometry height="60" width="150" x="290" y="20" as="geometry" />
        </mxCell>
        <mxCell id="5P1QN_EPi-tn_8BwxDes-5" edge="1" parent="Q23-AGLQl7H3DGw6xpkb-2" source="5P1QN_EPi-tn_8BwxDes-2" style="edgeStyle=orthogonalEdgeStyle;rounded=0;orthogonalLoop=1;jettySize=auto;html=1;exitX=1;exitY=0.5;exitDx=0;exitDy=0;entryX=0;entryY=0.5;entryDx=0;entryDy=0;" target="5P1QN_EPi-tn_8BwxDes-4">
          <mxGeometry relative="1" as="geometry" />
        </mxCell>
        <mxCell id="5P1QN_EPi-tn_8BwxDes-2" parent="Q23-AGLQl7H3DGw6xpkb-2" style="rounded=1;whiteSpace=wrap;html=1;absoluteArcSize=1;arcSize=14;strokeWidth=4;strokeColor=light-dark(#000000,#6600CC);align=center;verticalAlign=middle;fontFamily=Helvetica;fontSize=15;fontColor=default;fontStyle=0;fillColor=light-dark(#FFFFFF,#FFF2CC);" value="&lt;span style=&quot;color: light-dark(rgb(0, 0, 0), rgb(0, 0, 0));&quot;&gt;&lt;font style=&quot;font-size: 13px;&quot;&gt;Payment Received&amp;nbsp;&lt;/font&gt;&lt;/span&gt;&lt;div&gt;&lt;span style=&quot;color: light-dark(rgb(0, 0, 0), rgb(0, 0, 0));&quot;&gt;&lt;font style=&quot;font-size: 13px;&quot;&gt;from Custome&lt;/font&gt;&lt;/span&gt;r&lt;/div&gt;" vertex="1">
          <mxGeometry height="60" width="150" x="580" y="20" as="geometry" />
        </mxCell>
        <mxCell id="5P1QN_EPi-tn_8BwxDes-7" edge="1" parent="Q23-AGLQl7H3DGw6xpkb-2" source="5P1QN_EPi-tn_8BwxDes-4" style="edgeStyle=orthogonalEdgeStyle;rounded=0;orthogonalLoop=1;jettySize=auto;html=1;exitX=1;exitY=0.5;exitDx=0;exitDy=0;entryX=0.5;entryY=0;entryDx=0;entryDy=0;" target="5P1QN_EPi-tn_8BwxDes-6">
          <mxGeometry relative="1" as="geometry" />
        </mxCell>
        <mxCell id="5P1QN_EPi-tn_8BwxDes-4" parent="Q23-AGLQl7H3DGw6xpkb-2" style="shape=document;whiteSpace=wrap;html=1;boundedLbl=1;rounded=1;strokeColor=light-dark(#000000,#FF9933);strokeWidth=3;align=center;verticalAlign=middle;arcSize=11;fontFamily=Helvetica;fontSize=12;fontColor=light-dark(#000000,#000000);fontStyle=0;fillColor=light-dark(#FFFFFF,#FFFF99);" value="Remittance Advice Recorded" vertex="1">
          <mxGeometry height="60" width="150" x="790" y="20" as="geometry" />
        </mxCell>
        <mxCell id="5P1QN_EPi-tn_8BwxDes-6" parent="Q23-AGLQl7H3DGw6xpkb-2" style="rounded=1;whiteSpace=wrap;html=1;absoluteArcSize=1;arcSize=14;strokeWidth=4;strokeColor=light-dark(#000000,#6600CC);align=center;verticalAlign=middle;fontFamily=Helvetica;fontSize=15;fontColor=default;fontStyle=0;fillColor=light-dark(#FFFFFF,#FFF2CC);" value="&lt;span style=&quot;color: light-dark(rgb(0, 0, 0), rgb(0, 0, 0));&quot;&gt;&lt;font style=&quot;font-size: 13px;&quot;&gt;Cash Posted to&lt;/font&gt;&lt;/span&gt;&lt;div&gt;&lt;span style=&quot;color: light-dark(rgb(0, 0, 0), rgb(0, 0, 0));&quot;&gt;&lt;font style=&quot;font-size: 13px;&quot;&gt;Accounts Receivable&lt;/font&gt;&lt;/span&gt;&lt;/div&gt;" vertex="1">
          <mxGeometry height="60" width="150" x="790" y="135" as="geometry" />
        </mxCell>
        <mxCell id="pnxXu6MxQI3tOAhWDz76-1" parent="Q23-AGLQl7H3DGw6xpkb-2" style="strokeWidth=2;html=1;shape=mxgraph.flowchart.terminator;whiteSpace=wrap;fillColor=light-dark(#FFFFFF,#660000);strokeColor=light-dark(#000000,#FF3333);fontColor=light-dark(#000000,#FFFFFF);" value="&lt;b&gt;&lt;font style=&quot;font-size: 17px;&quot;&gt;END&lt;/font&gt;&lt;/b&gt;" vertex="1">
          <mxGeometry height="55" width="110" x="620" y="137.5" as="geometry" />
        </mxCell>
        <mxCell id="XqjTC3t3q82YhYZP8cEi-1" edge="1" parent="Q23-AGLQl7H3DGw6xpkb-2" source="5P1QN_EPi-tn_8BwxDes-6" style="edgeStyle=orthogonalEdgeStyle;rounded=0;orthogonalLoop=1;jettySize=auto;html=1;exitX=0;exitY=0.5;exitDx=0;exitDy=0;entryX=1;entryY=0.5;entryDx=0;entryDy=0;entryPerimeter=0;" target="pnxXu6MxQI3tOAhWDz76-1">
          <mxGeometry relative="1" as="geometry" />
        </mxCell>
        <mxCell id="xOJxT5fjYgac6r_nMEQC-1" edge="1" parent="1" source="NPYen-UkyxPZtTwgnnEa-2" style="edgeStyle=orthogonalEdgeStyle;rounded=0;orthogonalLoop=1;jettySize=auto;html=1;exitX=0.5;exitY=1;exitDx=0;exitDy=0;entryX=0.5;entryY=0;entryDx=0;entryDy=0;strokeColor=light-dark(#000000,#33FF33);strokeWidth=3;" target="-tiwl1B9BAxMId6FkL8K-1">
          <mxGeometry relative="1" as="geometry" />
        </mxCell>
      </root>
    </mxGraphModel>
  </diagram>
</mxfile>
